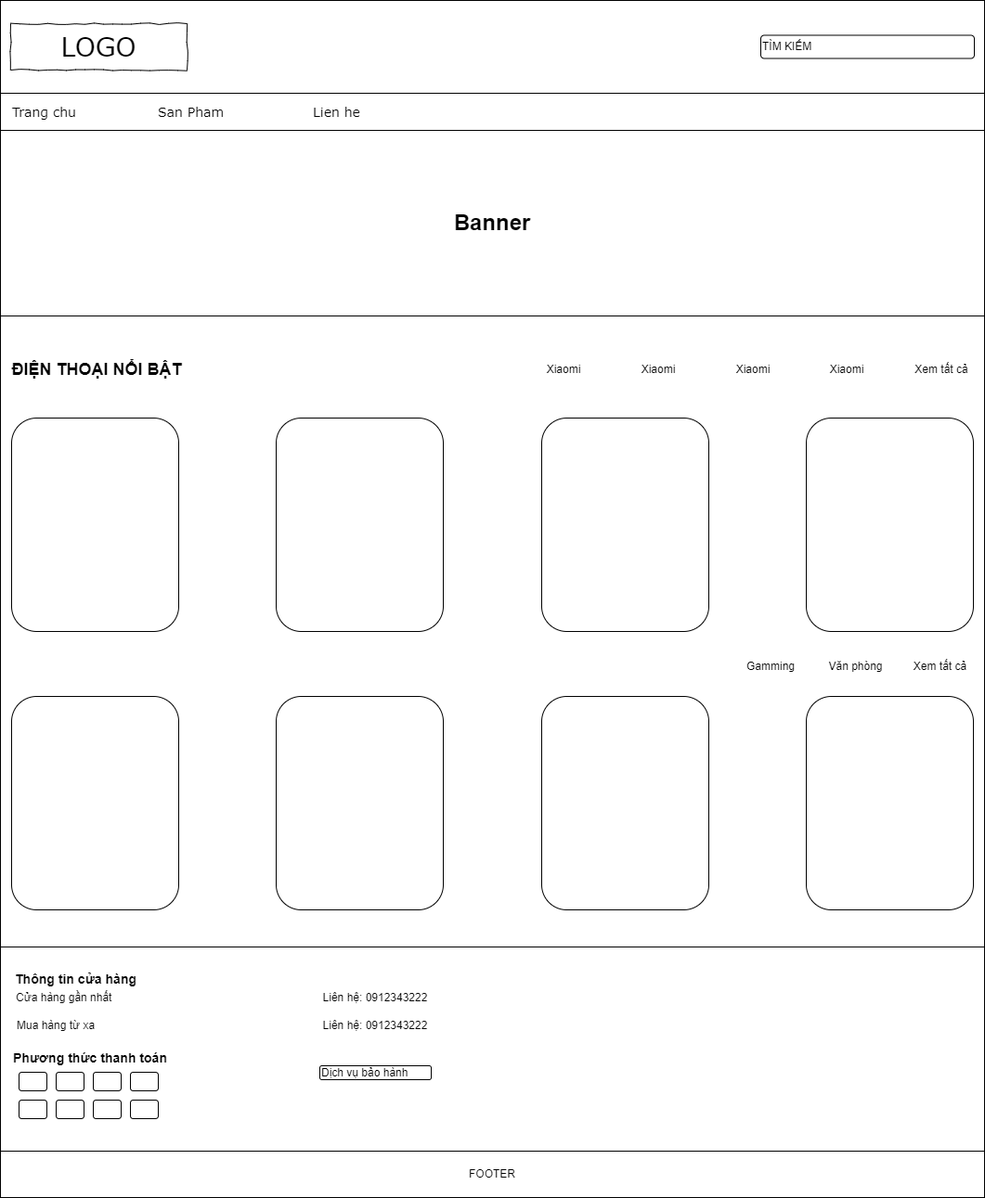
NguyenHocPH36330/Web106_HocNC keeps this draw.io diagram as img/Trang chu-Ipad.png. Above is the earlier version. Source tidied: cells renumbered, new cells last; positions are measured from the earlier drawing's top-left corner, leaving out a move shared by most shapes.
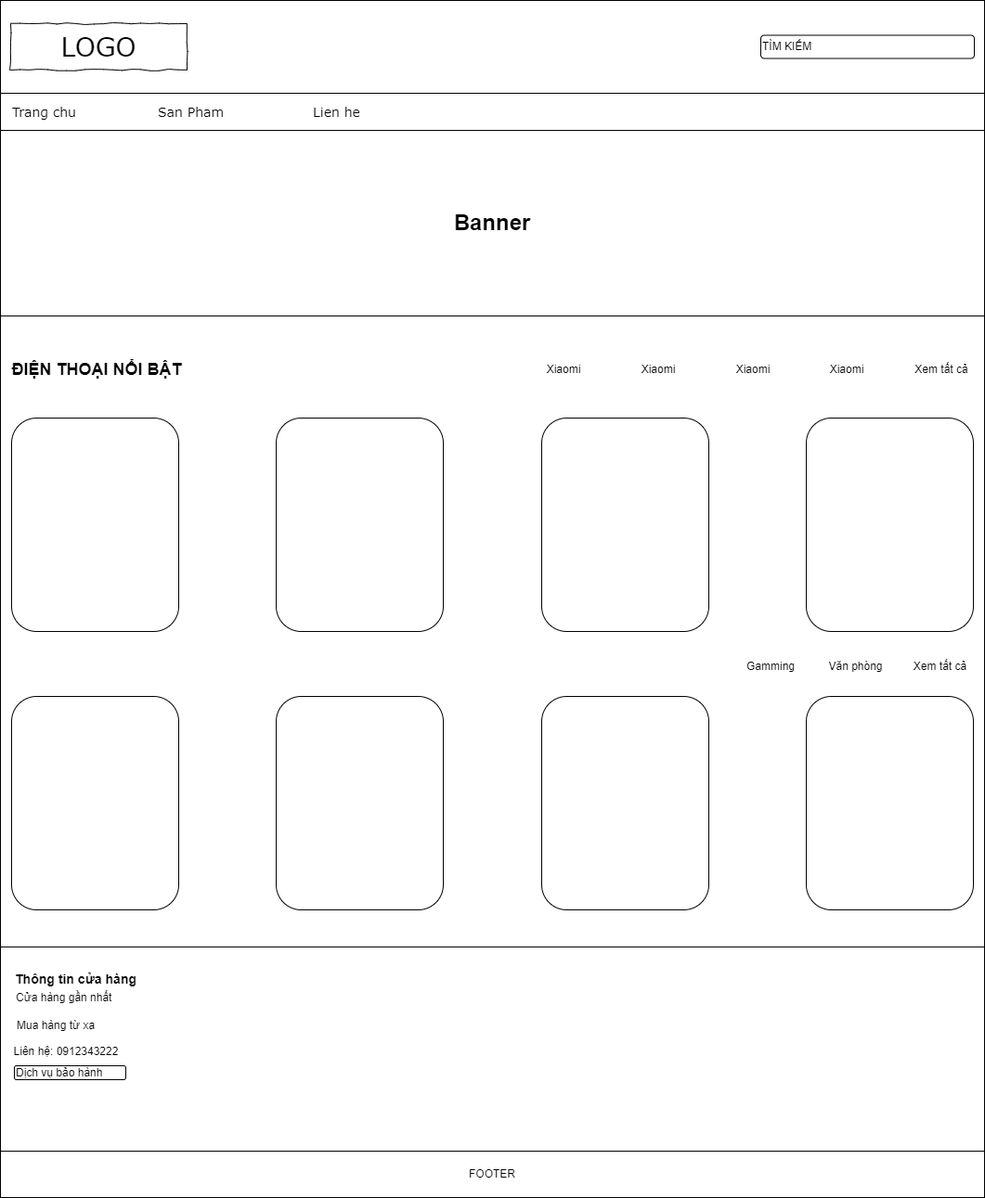
Above is the later version.

What changed in the source:
```diff
@@ -44,33 +44,6 @@
     <mxCell id="15" value="&lt;h3&gt;Thông tin cửa hàng&lt;/h3&gt;" style="text;html=1;strokeColor=none;fillColor=none;align=left;verticalAlign=middle;whiteSpace=wrap;rounded=0;" parent="1" vertex="1">
       <mxGeometry x="14" y="1040" width="140" height="30" as="geometry" />
     </mxCell>
-    <mxCell id="16" value="&lt;h3&gt;Phương thức thanh toán&lt;/h3&gt;" style="text;html=1;strokeColor=none;fillColor=none;align=center;verticalAlign=middle;whiteSpace=wrap;rounded=0;" parent="1" vertex="1">
-      <mxGeometry x="12" y="1125" width="170" height="30" as="geometry" />
-    </mxCell>
-    <mxCell id="17" style="rounded=1;whiteSpace=wrap;html=1;" parent="1" vertex="1">
-      <mxGeometry x="20" y="1155" width="30" height="20" as="geometry" />
-    </mxCell>
-    <mxCell id="18" style="rounded=1;whiteSpace=wrap;html=1;" parent="1" vertex="1">
-      <mxGeometry x="60" y="1155" width="30" height="20" as="geometry" />
-    </mxCell>
-    <mxCell id="19" style="rounded=1;whiteSpace=wrap;html=1;" parent="1" vertex="1">
-      <mxGeometry x="100" y="1155" width="30" height="20" as="geometry" />
-    </mxCell>
-    <mxCell id="20" style="rounded=1;whiteSpace=wrap;html=1;" parent="1" vertex="1">
-      <mxGeometry x="140" y="1155" width="30" height="20" as="geometry" />
-    </mxCell>
-    <mxCell id="21" style="rounded=1;whiteSpace=wrap;html=1;" parent="1" vertex="1">
-      <mxGeometry x="20" y="1185" width="30" height="20" as="geometry" />
-    </mxCell>
-    <mxCell id="22" style="rounded=1;whiteSpace=wrap;html=1;" parent="1" vertex="1">
-      <mxGeometry x="60" y="1185" width="30" height="20" as="geometry" />
-    </mxCell>
-    <mxCell id="23" style="rounded=1;whiteSpace=wrap;html=1;" parent="1" vertex="1">
-      <mxGeometry x="100" y="1185" width="30" height="20" as="geometry" />
-    </mxCell>
-    <mxCell id="24" style="rounded=1;whiteSpace=wrap;html=1;" parent="1" vertex="1">
-      <mxGeometry x="140" y="1185" width="30" height="20" as="geometry" />
-    </mxCell>
     <mxCell id="25" value="FOOTER" style="rounded=0;whiteSpace=wrap;html=1;" parent="1" vertex="1">
       <mxGeometry y="1240" width="1060" height="50" as="geometry" />
     </mxCell>
@@ -122,14 +95,11 @@
     <mxCell id="41" value="Xem tất cả" style="text;html=1;strokeColor=none;fillColor=none;align=center;verticalAlign=middle;whiteSpace=wrap;rounded=0;flipH=0;" parent="1" vertex="1">
       <mxGeometry x="974" y="702.5" width="77" height="30" as="geometry" />
     </mxCell>
-    <mxCell id="42" value="Liên hệ: 0912343222" style="text;html=1;strokeColor=none;fillColor=none;align=center;verticalAlign=middle;whiteSpace=wrap;rounded=0;" parent="1" vertex="1">
-      <mxGeometry x="338" y="1060" width="132" height="30" as="geometry" />
-    </mxCell>
     <mxCell id="43" value="Liên hệ: 0912343222" style="text;html=1;strokeColor=none;fillColor=none;align=center;verticalAlign=middle;whiteSpace=wrap;rounded=0;" parent="1" vertex="1">
-      <mxGeometry x="338" y="1090" width="132" height="30" as="geometry" />
+      <mxGeometry x="5" y="1118" width="132" height="30" as="geometry" />
     </mxCell>
     <mxCell id="44" value="Dịch vụ bảo hành" style="rounded=1;whiteSpace=wrap;html=1;align=left;" parent="1" vertex="1">
-      <mxGeometry x="344" y="1148" width="120" height="15" as="geometry" />
+      <mxGeometry x="15" y="1148" width="120" height="15" as="geometry" />
     </mxCell>
   </root>
 </mxGraphModel>
```
